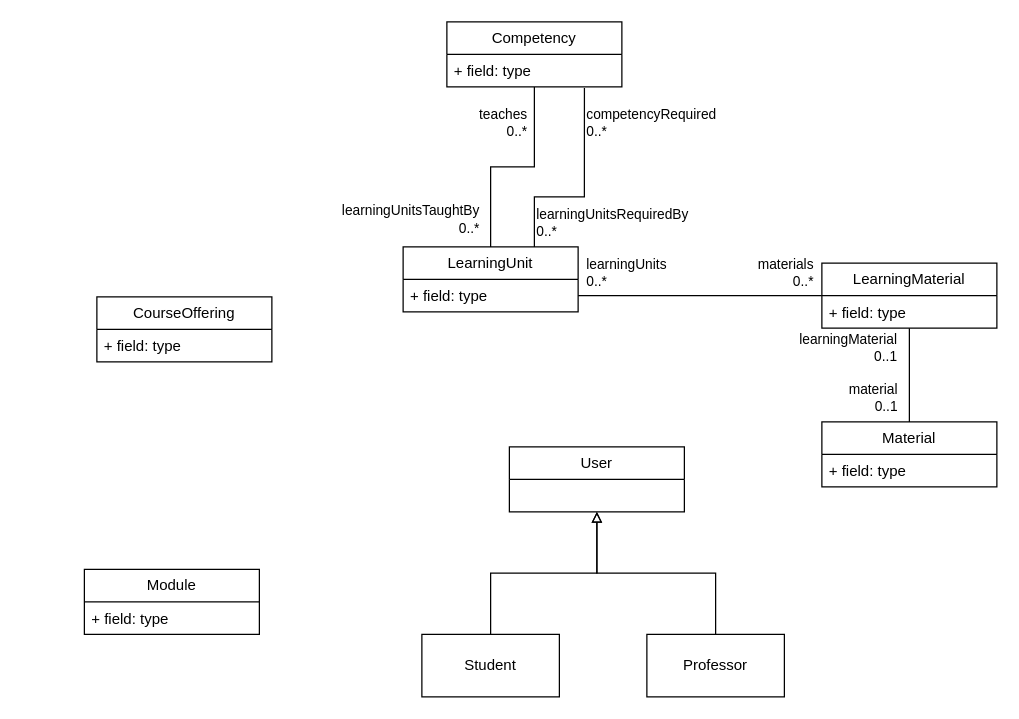
Before: Domain_Model_lcms.drawio in MarkTkachov/lcms_diagrams, a draw.io diagram. Source tidied: cells renumbered, new cells numbered last; positions are measured from the earlier drawing's top-left corner, leaving out a move shared by most shapes. Both pictures are drawn from the tidied source at 125%, with x=0, y=0 at pixel (84, 21).
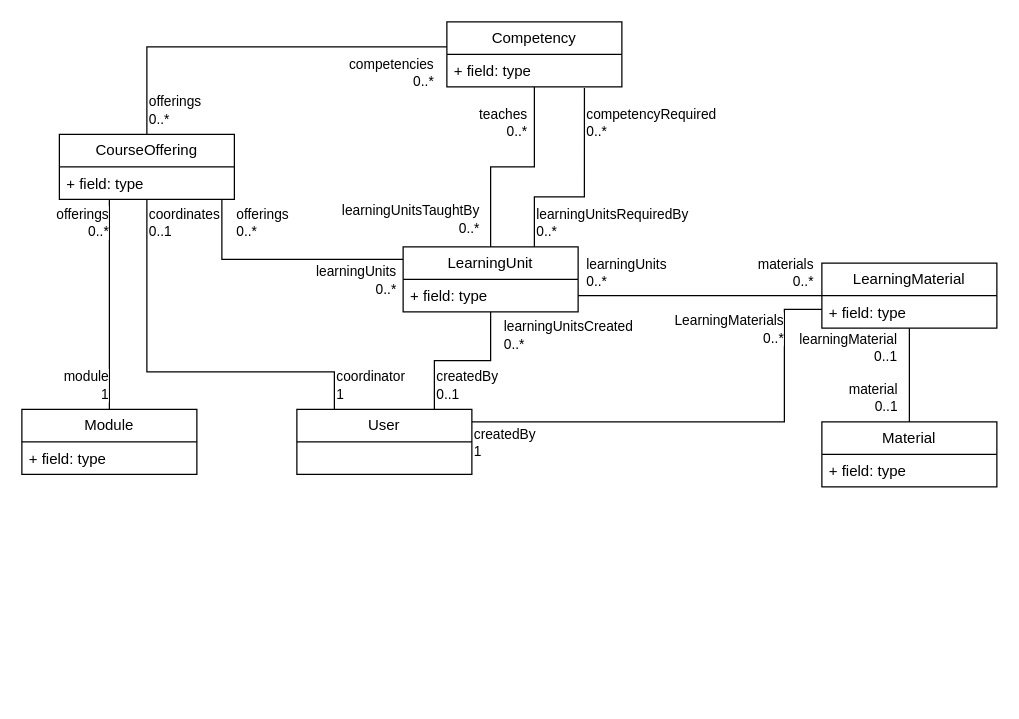
Above is the later version.

Unchanged cells that the change refers to:
```xml
<mxCell id="5" value="LearningUnit" style="swimlane;fontStyle=0;horizontal=1;startSize=26;fillColor=none;whiteSpace=wrap;html=1;" parent="1" vertex="1">
  <mxGeometry x="255" y="180" width="140" height="52" as="geometry" />
</mxCell>
<mxCell id="7" value="Competency" style="swimlane;fontStyle=0;horizontal=1;startSize=26;fillColor=none;whiteSpace=wrap;html=1;" parent="1" vertex="1">
  <mxGeometry x="290" width="140" height="52" as="geometry" />
</mxCell>
<mxCell id="10" value="LearningMaterial" style="swimlane;fontStyle=0;horizontal=1;startSize=26;fillColor=none;whiteSpace=wrap;html=1;" parent="1" vertex="1">
  <mxGeometry x="590" y="193" width="140" height="52" as="geometry" />
</mxCell>
<mxCell id="15" value="+ field: type" style="text;strokeColor=none;fillColor=none;align=left;verticalAlign=top;spacingLeft=4;spacingRight=4;overflow=hidden;points=[[0,0.5],[1,0.5]];portConstraint=eastwest;whiteSpace=wrap;html=1;" parent="14" vertex="1">
  <mxGeometry y="26" width="140" height="26" as="geometry" />
</mxCell>
```

Diff of the diagram source:
```diff
@@
+    <mxCell id="31" style="edgeStyle=orthogonalEdgeStyle;rounded=0;jettySize=auto;html=1;endArrow=none;endFill=0;" parent="1" edge="1" source="14" target="7">
+      <mxGeometry relative="1" as="geometry">
+        <Array as="points">
+          <mxPoint x="50" y="20" />
+        </Array>
+      </mxGeometry>
+    </mxCell>
+    <mxCell id="32" style="edgeStyle=orthogonalEdgeStyle;rounded=0;jettySize=auto;html=1;endArrow=none;endFill=0;" parent="1" edge="1" source="14" target="16">
+      <mxGeometry relative="1" as="geometry">
+        <Array as="points">
+          <mxPoint x="20" y="180" />
+          <mxPoint x="20" y="180" />
+        </Array>
+      </mxGeometry>
+    </mxCell>
     <mxCell id="14" value="CourseOffering" style="swimlane;fontStyle=0;horizontal=1;startSize=26;fillColor=none;whiteSpace=wrap;html=1;" parent="1" vertex="1">
-      <mxGeometry x="10" y="220" width="140" height="52" as="geometry" />
+      <mxGeometry x="-20" y="90" width="140" height="52" as="geometry" />
     </mxCell>
@@
     <mxCell id="16" value="Module" style="swimlane;fontStyle=0;horizontal=1;startSize=26;fillColor=none;whiteSpace=wrap;html=1;" parent="1" vertex="1">
-      <mxGeometry y="438" width="140" height="52" as="geometry" />
+      <mxGeometry x="-50" y="310" width="140" height="52" as="geometry" />
     </mxCell>
@@
+    <mxCell id="33" style="edgeStyle=orthogonalEdgeStyle;rounded=0;jettySize=auto;html=1;endArrow=none;endFill=0;" parent="1" edge="1" source="18" target="14">
+      <mxGeometry relative="1" as="geometry">
+        <Array as="points">
+          <mxPoint x="200" y="280" />
+          <mxPoint x="50" y="280" />
+        </Array>
+      </mxGeometry>
+    </mxCell>
+    <mxCell id="34" style="edgeStyle=orthogonalEdgeStyle;rounded=0;jettySize=auto;html=1;endArrow=none;endFill=0;" parent="1" edge="1" source="18" target="5">
+      <mxGeometry relative="1" as="geometry">
+        <Array as="points">
+          <mxPoint x="280" y="271" />
+          <mxPoint x="325" y="271" />
+        </Array>
+      </mxGeometry>
+    </mxCell>
+    <mxCell id="35" style="edgeStyle=orthogonalEdgeStyle;rounded=0;jettySize=auto;html=1;endArrow=none;endFill=0;" parent="1" edge="1" source="18" target="10">
+      <mxGeometry relative="1" as="geometry">
+        <Array as="points">
+          <mxPoint x="560" y="320" />
+          <mxPoint x="560" y="230" />
+        </Array>
+      </mxGeometry>
+    </mxCell>
     <mxCell id="18" value="User" style="swimlane;fontStyle=0;horizontal=1;startSize=26;fillColor=none;whiteSpace=wrap;html=1;" parent="1" vertex="1">
-      <mxGeometry x="340" y="340" width="140" height="52" as="geometry" />
+      <mxGeometry x="170" y="310" width="140" height="52" as="geometry" />
     </mxCell>
-    <mxCell id="19" style="edgeStyle=orthogonalEdgeStyle;rounded=0;jettySize=auto;html=1;endArrow=block;endFill=0;" parent="1" edge="1" source="20" target="18">
-      <mxGeometry relative="1" as="geometry" />
-    </mxCell>
-    <mxCell id="20" value="Student" style="html=1;whiteSpace=wrap;" parent="1" vertex="1">
-      <mxGeometry x="270" y="490" width="110" height="50" as="geometry" />
-    </mxCell>
-    <mxCell id="21" style="edgeStyle=orthogonalEdgeStyle;rounded=0;jettySize=auto;html=1;endArrow=block;endFill=0;" parent="1" edge="1" source="22" target="18">
-      <mxGeometry relative="1" as="geometry" />
-    </mxCell>
-    <mxCell id="22" value="Professor" style="html=1;whiteSpace=wrap;" parent="1" vertex="1">
-      <mxGeometry x="450" y="490" width="110" height="50" as="geometry" />
-    </mxCell>
@@
+    <mxCell id="36" style="edgeStyle=orthogonalEdgeStyle;rounded=0;jettySize=auto;html=1;endArrow=none;endFill=0;" parent="1" edge="1" source="15" target="5">
+      <mxGeometry relative="1" as="geometry">
+        <Array as="points">
+          <mxPoint x="110" y="190" />
+        </Array>
+      </mxGeometry>
+    </mxCell>
+    <mxCell id="37" value="&lt;div&gt;learningUnits&lt;/div&gt;&lt;div&gt;0..*&lt;br&gt;&lt;/div&gt;" style="edgeLabel;html=1;align=right;verticalAlign=middle;" parent="1" vertex="1">
+      <mxGeometry x="250" y="206" as="geometry" />
+    </mxCell>
+    <mxCell id="38" value="&lt;div&gt;offerings&lt;br&gt;&lt;/div&gt;&lt;div&gt;0..*&lt;br&gt;&lt;/div&gt;" style="edgeLabel;html=1;align=left;verticalAlign=middle;" parent="1" vertex="1">
+      <mxGeometry x="120" y="160" as="geometry" />
+    </mxCell>
+    <mxCell id="39" value="&lt;div&gt;offerings&lt;br&gt;&lt;/div&gt;&lt;div&gt;0..*&lt;br&gt;&lt;/div&gt;" style="edgeLabel;html=1;align=left;verticalAlign=middle;" parent="1" vertex="1">
+      <mxGeometry x="50" y="70" as="geometry" />
+    </mxCell>
+    <mxCell id="40" value="&lt;div&gt;competencies&lt;br&gt;&lt;/div&gt;&lt;div&gt;0..*&lt;br&gt;&lt;/div&gt;" style="edgeLabel;html=1;align=right;verticalAlign=middle;" parent="1" vertex="1">
+      <mxGeometry x="280" y="40" as="geometry" />
+    </mxCell>
+    <mxCell id="41" value="&lt;div&gt;offerings&lt;br&gt;&lt;/div&gt;&lt;div&gt;0..*&lt;br&gt;&lt;/div&gt;" style="edgeLabel;html=1;align=right;verticalAlign=middle;" parent="1" vertex="1">
+      <mxGeometry x="20" y="160" as="geometry" />
+    </mxCell>
+    <mxCell id="42" value="&lt;div&gt;module&lt;br&gt;&lt;/div&gt;&lt;div&gt;1&lt;br&gt;&lt;/div&gt;" style="edgeLabel;html=1;align=right;verticalAlign=middle;" parent="1" vertex="1">
+      <mxGeometry x="20" y="290" as="geometry" />
+    </mxCell>
+    <mxCell id="43" value="&lt;div&gt;coordinator&lt;br&gt;&lt;/div&gt;&lt;div&gt;1&lt;br&gt;&lt;/div&gt;" style="edgeLabel;html=1;align=left;verticalAlign=middle;" parent="1" vertex="1">
+      <mxGeometry x="200" y="290" as="geometry" />
+    </mxCell>
+    <mxCell id="44" value="&lt;div&gt;coordinates&lt;br&gt;&lt;/div&gt;&lt;div&gt;0..1&lt;br&gt;&lt;/div&gt;" style="edgeLabel;html=1;align=left;verticalAlign=middle;" parent="1" vertex="1">
+      <mxGeometry x="50" y="160" as="geometry" />
+    </mxCell>
+    <mxCell id="45" value="&lt;div&gt;createdBy&lt;br&gt;&lt;/div&gt;&lt;div&gt;0..1&lt;br&gt;&lt;/div&gt;" style="edgeLabel;html=1;align=left;verticalAlign=middle;" parent="1" vertex="1">
+      <mxGeometry x="280" y="290" as="geometry" />
+    </mxCell>
+    <mxCell id="46" value="&lt;div align=&quot;left&quot;&gt;learningUnitsCreated&lt;/div&gt;&lt;div align=&quot;left&quot;&gt;0..*&lt;br&gt;&lt;/div&gt;" style="edgeLabel;html=1;align=left;verticalAlign=middle;" parent="1" vertex="1">
+      <mxGeometry x="334" y="250" as="geometry" />
+    </mxCell>
+    <mxCell id="47" value="&lt;div&gt;LearningMaterials&lt;/div&gt;&lt;div&gt;0..*&lt;br&gt;&lt;/div&gt;" style="edgeLabel;html=1;align=right;verticalAlign=middle;" parent="1" vertex="1">
+      <mxGeometry x="560" y="245" as="geometry" />
+    </mxCell>
+    <mxCell id="48" value="&lt;div&gt;createdBy&lt;br&gt;&lt;/div&gt;&lt;div&gt;1&lt;br&gt;&lt;/div&gt;" style="edgeLabel;html=1;align=left;verticalAlign=middle;" parent="1" vertex="1">
+      <mxGeometry x="310" y="336" as="geometry" />
+    </mxCell>
```
